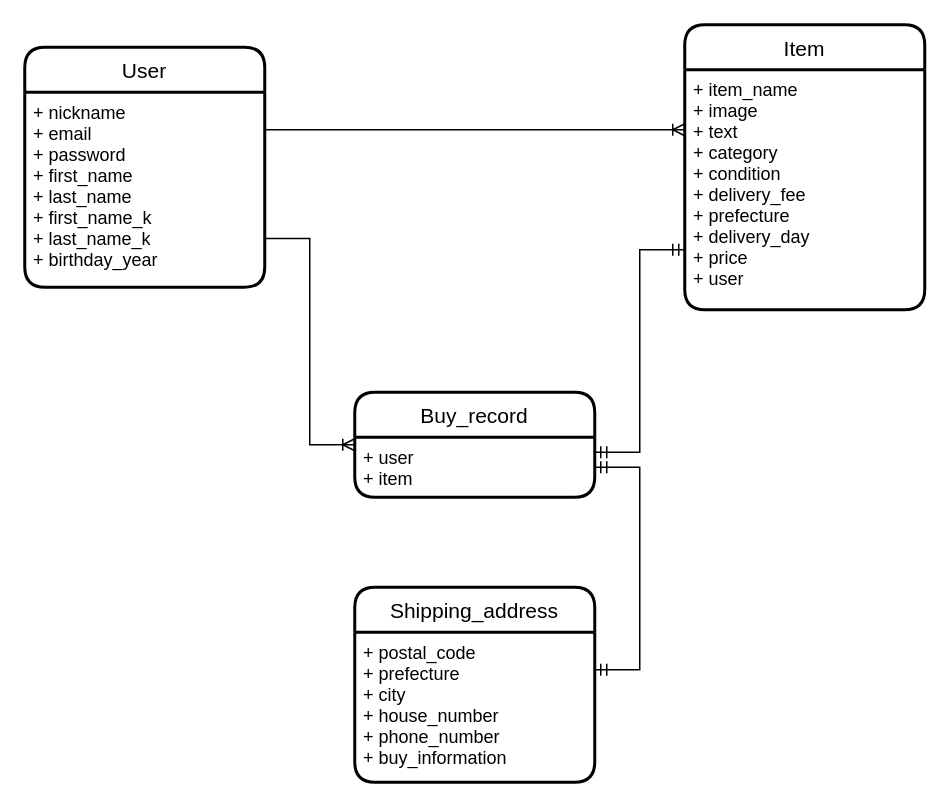
Before: furima-32477.dio in 10Ne2Cx1To426/furima-32477, a draw.io diagram. Source tidied: cells renumbered, new cells numbered last; positions are measured from the earlier drawing's top-left corner, leaving out a move shared by most shapes. Both pictures are drawn from the tidied source at 150%, with x=0, y=0 at pixel (24, 24).
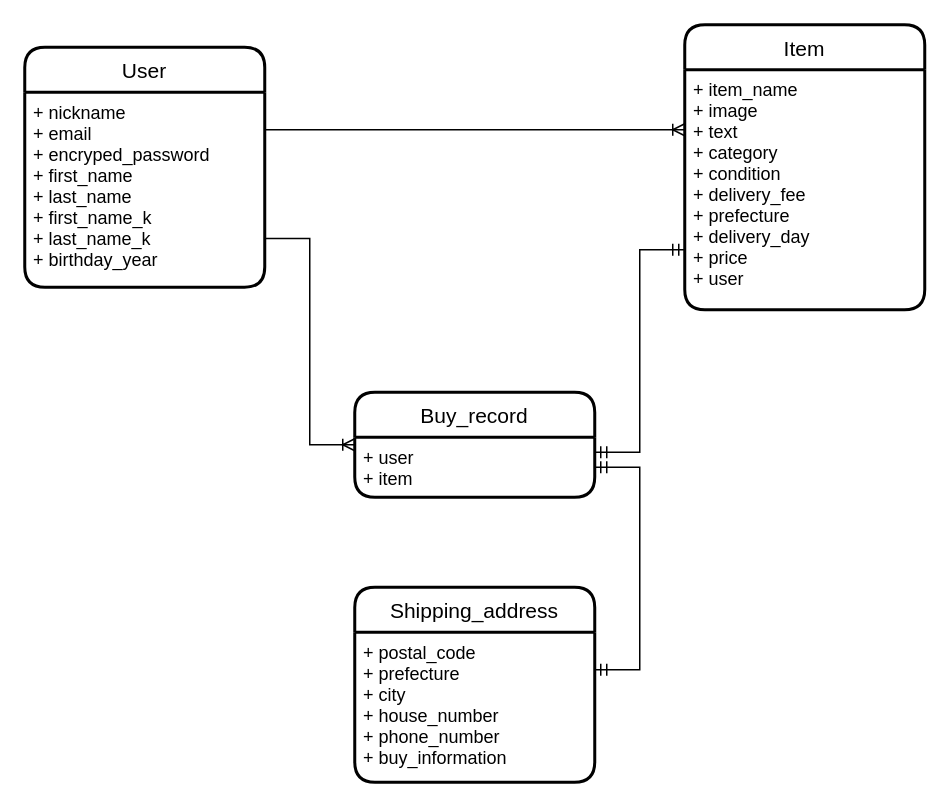
After the change.

Commit message (it also covers changes not shown here):
データベース設計　修正

The edit, as a diff of the source:
```diff
@@
 <mxGraphModel>
   <root>
     <mxCell id="0" />
     <mxCell id="1" parent="0" />
     <mxCell id="2" value="User" style="swimlane;horizontal=1;startSize=30;rounded=1;fontSize=14;fontStyle=0;strokeWidth=2;shadow=0;dashed=0;align=center;" parent="1" vertex="1">
       <mxGeometry y="15" width="160" height="160" as="geometry" />
     </mxCell>
-    <mxCell id="3" value="+ nickname&#10;+ email&#10;+ password&#10;+ first_name&#10;+ last_name&#10;+ first_name_k&#10;+ last_name_k&#10;+ birthday_year" style="align=left;strokeColor=none;fillColor=none;spacingLeft=4;fontSize=12;verticalAlign=top;" parent="2" vertex="1">
+    <mxCell id="3" value="+ nickname&#10;+ email&#10;+ encryped_password&#10;+ first_name&#10;+ last_name&#10;+ first_name_k&#10;+ last_name_k&#10;+ birthday_year" style="align=left;strokeColor=none;fillColor=none;spacingLeft=4;fontSize=12;verticalAlign=top;" parent="2" vertex="1">
       <mxGeometry y="30" width="160" height="130" as="geometry" />
     </mxCell>
     <mxCell id="4" value="Item" style="swimlane;horizontal=1;startSize=30;rounded=1;fontSize=14;fontStyle=0;strokeWidth=2;shadow=0;dashed=0;align=center;" parent="1" vertex="1">
       <mxGeometry x="440" width="160" height="190" as="geometry" />
     </mxCell>
     <mxCell id="5" value="+ item_name&#10;+ image&#10;+ text&#10;+ category&#10;+ condition&#10;+ delivery_fee&#10;+ prefecture&#10;+ delivery_day&#10;+ price&#10;+ user" style="align=left;strokeColor=none;fillColor=none;spacingLeft=4;fontSize=12;verticalAlign=top;" parent="4" vertex="1">
       <mxGeometry y="30" width="160" height="160" as="geometry" />
     </mxCell>
     <mxCell id="6" value="Buy_record" style="swimlane;horizontal=1;startSize=30;rounded=1;fontSize=14;fontStyle=0;strokeWidth=2;shadow=0;dashed=0;align=center;" parent="1" vertex="1">
       <mxGeometry x="220" y="245" width="160" height="70" as="geometry" />
     </mxCell>
     <mxCell id="7" value="+ user&#10;+ item" style="align=left;strokeColor=none;fillColor=none;spacingLeft=4;fontSize=12;verticalAlign=top;" parent="6" vertex="1">
       <mxGeometry y="30" width="160" height="40" as="geometry" />
     </mxCell>
     <mxCell id="8" value="Shipping_address" style="swimlane;horizontal=1;startSize=30;rounded=1;fontSize=14;fontStyle=0;strokeWidth=2;shadow=0;dashed=0;align=center;" parent="1" vertex="1">
       <mxGeometry x="220" y="375" width="160" height="130" as="geometry" />
     </mxCell>
     <mxCell id="9" value="+ postal_code&#10;+ prefecture&#10;+ city&#10;+ house_number&#10;+ phone_number&#10;+ buy_information" style="align=left;strokeColor=none;fillColor=none;spacingLeft=4;fontSize=12;verticalAlign=top;" parent="8" vertex="1">
       <mxGeometry y="30" width="160" height="100" as="geometry" />
     </mxCell>
     <mxCell id="10" style="edgeStyle=entityRelationEdgeStyle;fontSize=12;html=1;endArrow=ERmandOne;startArrow=ERmandOne;exitX=1;exitY=0.25;exitDx=0;exitDy=0;rounded=0;entryX=0;entryY=0.75;entryDx=0;entryDy=0;" parent="1" edge="1" source="7" target="5">
       <mxGeometry relative="1" as="geometry" />
     </mxCell>
     <mxCell id="11" style="edgeStyle=entityRelationEdgeStyle;fontSize=12;html=1;endArrow=ERoneToMany;exitX=1;exitY=0.75;exitDx=0;exitDy=0;entryX=0;entryY=0.5;entryDx=0;entryDy=0;rounded=0;" parent="1" edge="1" source="3" target="6">
       <mxGeometry relative="1" as="geometry" />
     </mxCell>
     <mxCell id="12" style="edgeStyle=entityRelationEdgeStyle;fontSize=12;html=1;endArrow=ERoneToMany;exitX=1;exitY=0.192;exitDx=0;exitDy=0;exitPerimeter=0;entryX=0;entryY=0.25;entryDx=0;entryDy=0;" parent="1" edge="1" source="3" target="5">
       <mxGeometry relative="1" as="geometry" />
     </mxCell>
     <mxCell id="13" style="edgeStyle=entityRelationEdgeStyle;fontSize=12;html=1;endArrow=ERmandOne;startArrow=ERmandOne;rounded=0;entryX=1;entryY=0.5;entryDx=0;entryDy=0;exitX=1;exitY=0.25;exitDx=0;exitDy=0;" parent="1" edge="1" source="9" target="7">
       <mxGeometry relative="1" as="geometry" />
     </mxCell>
   </root>
 </mxGraphModel>
```
